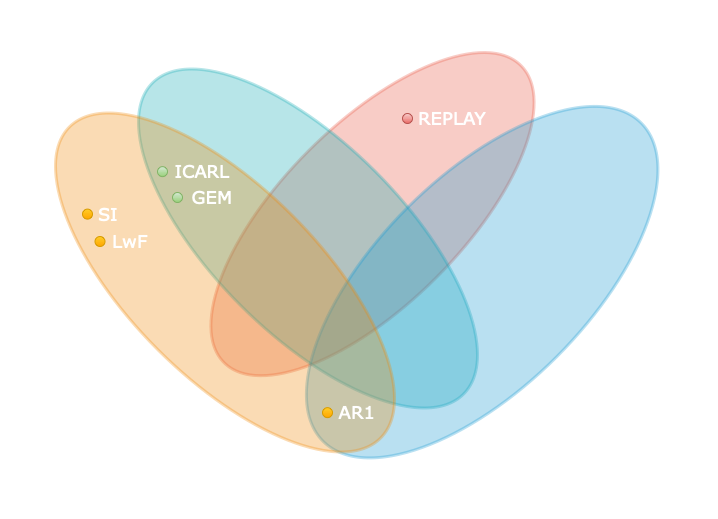
Above: VennDiagram.png in michaelbragagnolo/MasterThesis (draw.io), before the change. Source tidied: cells renumbered, new cells last; positions are measured from the earlier drawing's top-left corner, leaving out a move shared by most shapes.
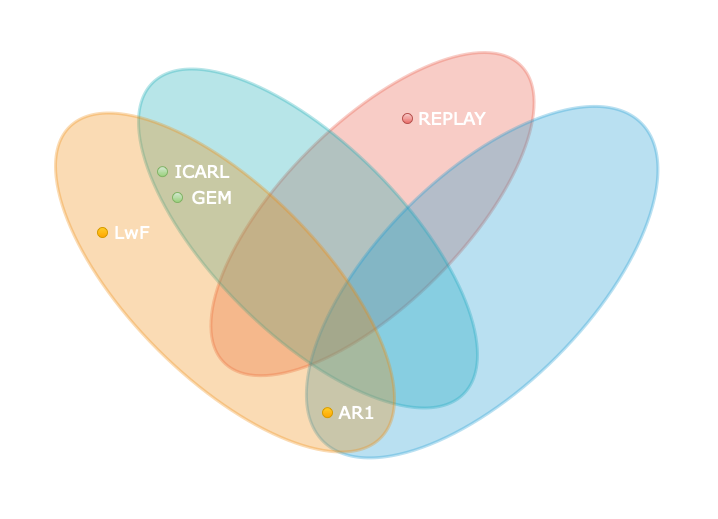
Later version of the same file.

Change to the diagram source:
```diff
@@ -33,17 +33,11 @@
       <mxGeometry x="332" y="384.1" width="40" height="20" as="geometry" />
     </mxCell>
     <mxCell id="12" style="ellipse;whiteSpace=wrap;html=1;fontFamily=Georgia;fontSize=25;strokeWidth=0;fillColor=#ffcd28;strokeColor=#d79b00;gradientColor=#ffa500;" parent="1" vertex="1">
-      <mxGeometry x="89.5" y="218" width="10" height="10" as="geometry" />
+      <mxGeometry x="92" y="209" width="10" height="10" as="geometry" />
     </mxCell>
     <mxCell id="13" value="LwF" style="text;html=1;align=center;verticalAlign=middle;whiteSpace=wrap;rounded=0;strokeWidth=0;fontSize=18;fontFamily=Verdana;fontColor=#FFFFFF;" parent="1" vertex="1">
-      <mxGeometry x="104.5" y="213" width="40" height="20" as="geometry" />
+      <mxGeometry x="107" y="204" width="40" height="20" as="geometry" />
     </mxCell>
-    <mxCell id="14" style="ellipse;whiteSpace=wrap;html=1;fontFamily=Georgia;fontSize=25;strokeWidth=0;fillColor=#ffcd28;strokeColor=#d79b00;gradientColor=#ffa500;" parent="1" vertex="1">
-      <mxGeometry x="77" y="190.6" width="10" height="10" as="geometry" />
-    </mxCell>
-    <mxCell id="15" value="SI" style="text;html=1;align=center;verticalAlign=middle;whiteSpace=wrap;rounded=0;strokeWidth=0;fontSize=18;fontFamily=Verdana;fontColor=#FFFFFF;" parent="1" vertex="1">
-      <mxGeometry x="82.5" y="185.6" width="40" height="20" as="geometry" />
-    </mxCell>
     <mxCell id="16" style="ellipse;whiteSpace=wrap;html=1;fontFamily=Georgia;fontSize=25;strokeWidth=0;fillColor=#d5e8d4;strokeColor=#82b366;gradientColor=#97d077;" parent="1" vertex="1">
       <mxGeometry x="152" y="148.1" width="10" height="10" as="geometry" />
     </mxCell>
```
